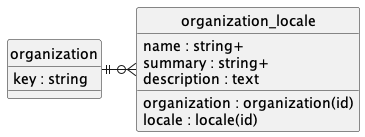
Earlier version of the PlantUML export doc/concepts/organization/uml.png (contactopensource/contactopensource).
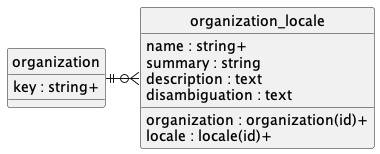
The same diagram one commit later.

The edit, as a diff of the source:
```diff
@@ -4,15 +4,16 @@
 hide circle
 
 entity organization {
-    key : string
+    key : string+
 }
 
 entity organization_locale {
-    organization : organization(id)
-    locale : locale(id)
+    organization : organization(id)+
+    locale : locale(id)+
     name : string+
-    summary : string+
+    summary : string
     description : text
+    disambiguation : text
 }
 
 organization ||-r-o{ organization_locale
```
